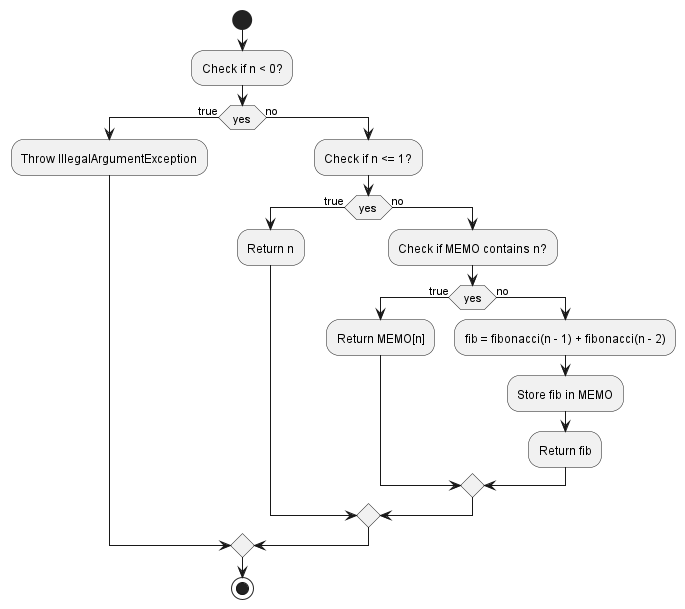
Above: diagrams/images_diagrams/fibonacci_dp.png in andriiiiiko/jd-homework-5 (PlantUML), before the change.
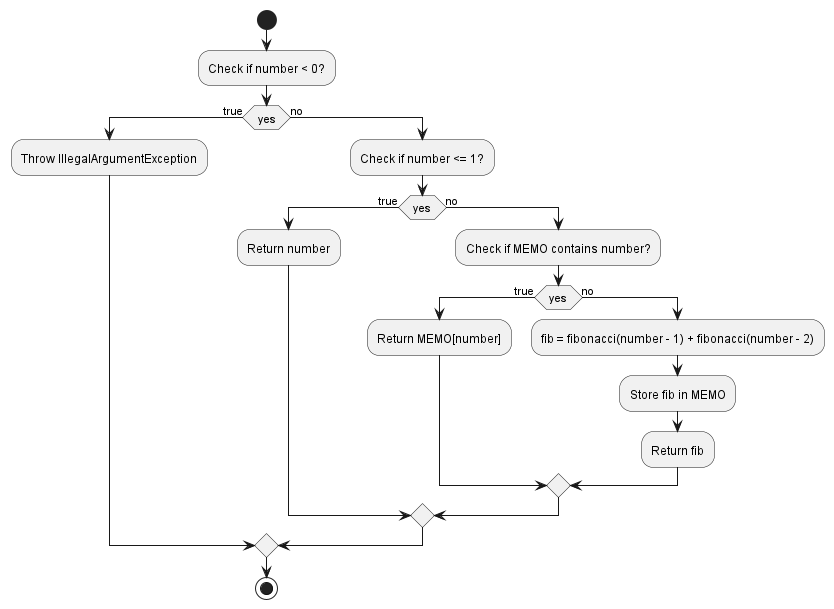
Above is the later version.

Commit message:
Rename the change int n to number

The edit, as a diff of the source:
```diff
@@ -1,19 +1,19 @@
 @startuml
 
 start
-:Check if n < 0?;
+:Check if number < 0?;
 if (yes) then (true)
   :Throw IllegalArgumentException;
 else (no)
-  :Check if n <= 1?;
+  :Check if number <= 1?;
   if (yes) then (true)
-    :Return n;
+    :Return number;
   else (no)
-    :Check if MEMO contains n?;
+    :Check if MEMO contains number?;
     if (yes) then (true)
-      :Return MEMO[n];
+      :Return MEMO[number];
     else (no)
-      :fib = fibonacci(n - 1) + fibonacci(n - 2);
+      :fib = fibonacci(number - 1) + fibonacci(number - 2);
       :Store fib in MEMO;
       :Return fib;
     endif
```
